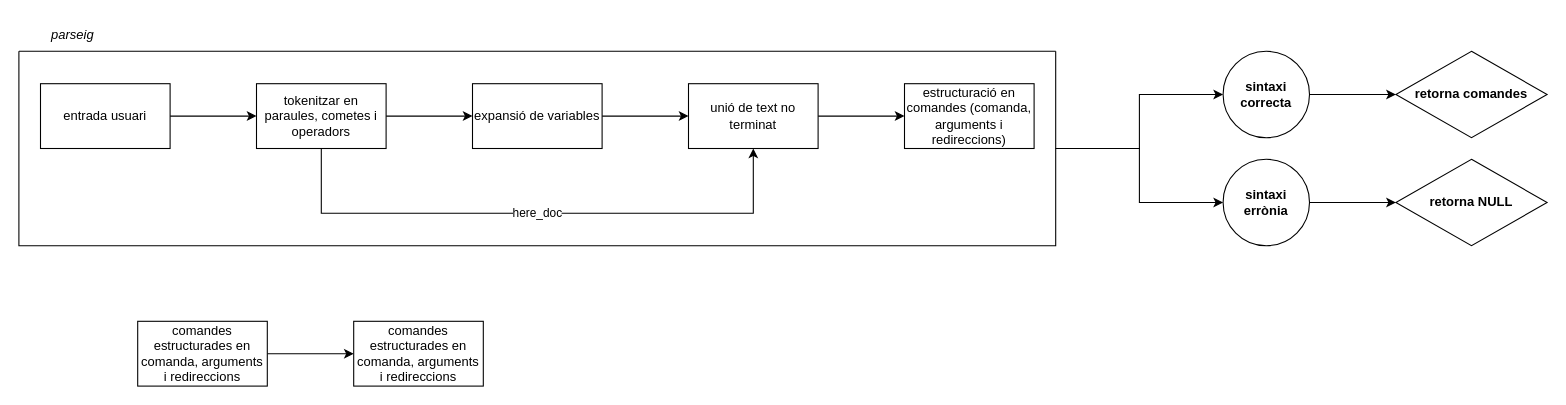
Earlier version of the draw.io diagram diagrama.drawio (encarbassotnopot/42_minishell). Source tidied: cells renumbered, new cells numbered last; positions are measured from the earlier drawing's top-left corner, leaving out a move shared by most shapes. Both pictures are drawn from the tidied source at 108%, with x=0, y=0 at pixel (18, 18).
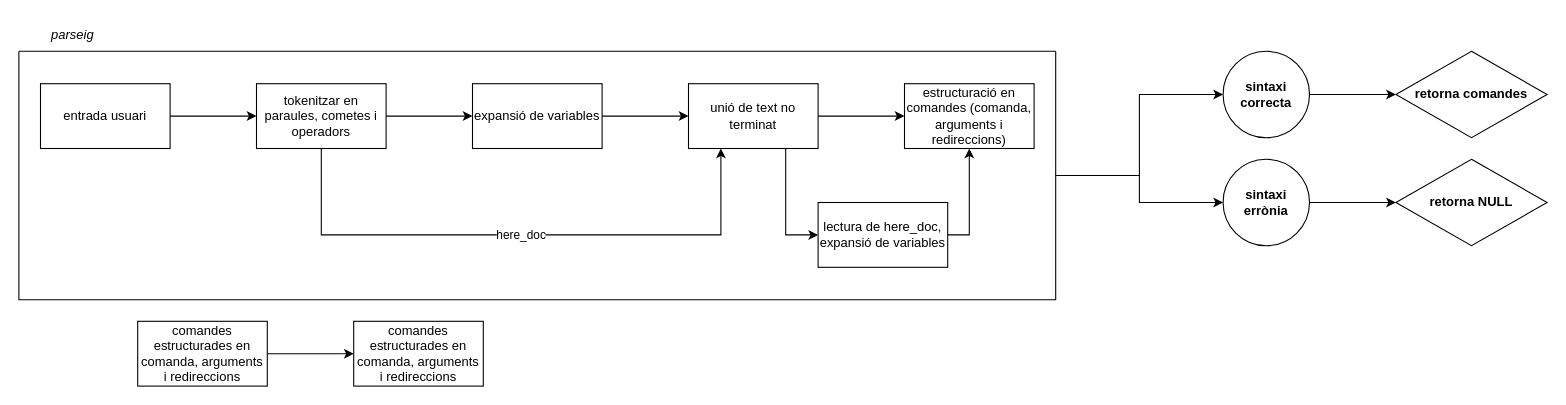
The same diagram, later.

Unchanged cells that the change refers to:
```xml
<mxCell id="7" value="tokenitzar en paraules, cometes i operadors" style="rounded=0;whiteSpace=wrap;html=1;" parent="2" vertex="1">
  <mxGeometry x="220" y="60" width="120" height="60" as="geometry" />
</mxCell>
<mxCell id="11" value="&lt;div&gt;unió de text no terminat&lt;/div&gt;" style="rounded=0;whiteSpace=wrap;html=1;" parent="2" vertex="1">
  <mxGeometry x="620" y="60" width="120" height="60" as="geometry" />
</mxCell>
<mxCell id="12" value="estructuració en comandes (comanda, arguments i redireccions)" style="rounded=0;whiteSpace=wrap;html=1;" parent="2" vertex="1">
  <mxGeometry x="820" y="60" width="120" height="60" as="geometry" />
</mxCell>
```

What changed in the source:
```diff
@@
     <mxCell id="2" style="group;" parent="1" vertex="1">
-      <mxGeometry width="960" height="210" as="geometry" />
+      <mxGeometry width="960" height="260" as="geometry" />
     </mxCell>
@@
-    <mxCell id="6" value="&lt;div&gt;here_doc&lt;/div&gt;" style="edgeStyle=orthogonalEdgeStyle;rounded=0;jettySize=auto;html=1;entryX=0.5;entryY=1;entryDx=0;entryDy=0;" parent="2" edge="1" source="7" target="11">
+    <mxCell id="6" value="&lt;div&gt;here_doc&lt;/div&gt;" style="edgeStyle=orthogonalEdgeStyle;rounded=0;jettySize=auto;html=1;entryX=0.25;entryY=1;entryDx=0;entryDy=0;" parent="2" edge="1" source="7" target="11">
       <mxGeometry relative="1" as="geometry">
         <Array as="points">
-          <mxPoint x="280" y="180" />
-          <mxPoint x="680" y="180" />
+          <mxPoint x="280" y="200" />
+          <mxPoint x="650" y="200" />
         </Array>
       </mxGeometry>
     </mxCell>
@@
+    <mxCell id="26" style="edgeStyle=orthogonalEdgeStyle;rounded=0;jettySize=auto;html=1;entryX=0;entryY=0.5;entryDx=0;entryDy=0;exitX=0.75;exitY=1;exitDx=0;exitDy=0;" parent="2" edge="1" source="11" target="27">
+      <mxGeometry relative="1" as="geometry" />
+    </mxCell>
@@
     <mxCell id="13" style="swimlane;startSize=0;" parent="2" vertex="1">
-      <mxGeometry y="30" width="960" height="180" as="geometry" />
+      <mxGeometry y="30" width="960" height="230" as="geometry" />
     </mxCell>
+    <mxCell id="27" value="lectura de here_doc, expansió de variables" style="rounded=0;whiteSpace=wrap;html=1;" parent="13" vertex="1">
+      <mxGeometry x="740" y="140" width="120" height="60" as="geometry" />
+    </mxCell>
@@
+    <mxCell id="28" style="edgeStyle=orthogonalEdgeStyle;rounded=0;jettySize=auto;html=1;exitX=1;exitY=0.5;exitDx=0;exitDy=0;entryX=0.5;entryY=1;entryDx=0;entryDy=0;" parent="2" edge="1" source="27" target="12">
+      <mxGeometry relative="1" as="geometry" />
+    </mxCell>
```
